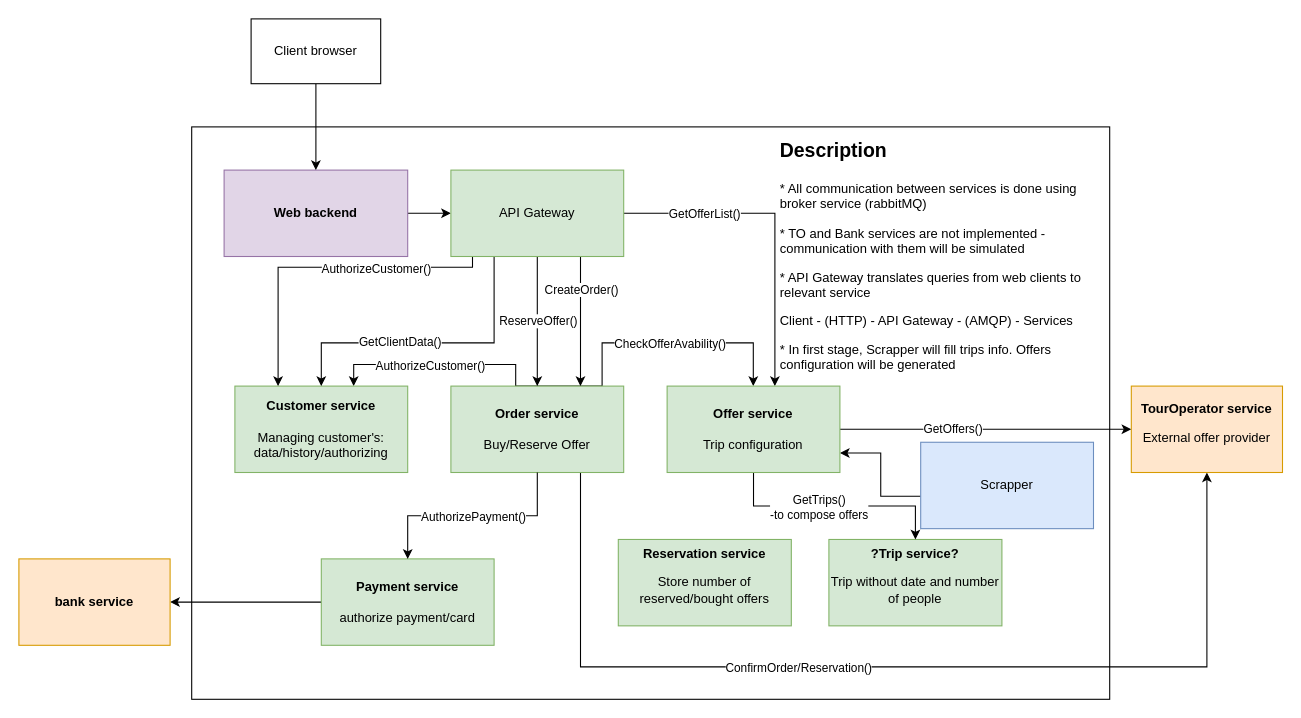
Before: page "Architecture-overview" (1 of 2) of hipotap.drawio in webclinic017/hipotap, a draw.io diagram. Source tidied: cells renumbered, new cells numbered last; positions are measured from the earlier drawing's top-left corner, leaving out a move shared by most shapes. Both pictures are drawn from the tidied source at 108%, with x=0, y=0 at pixel (18, 18).
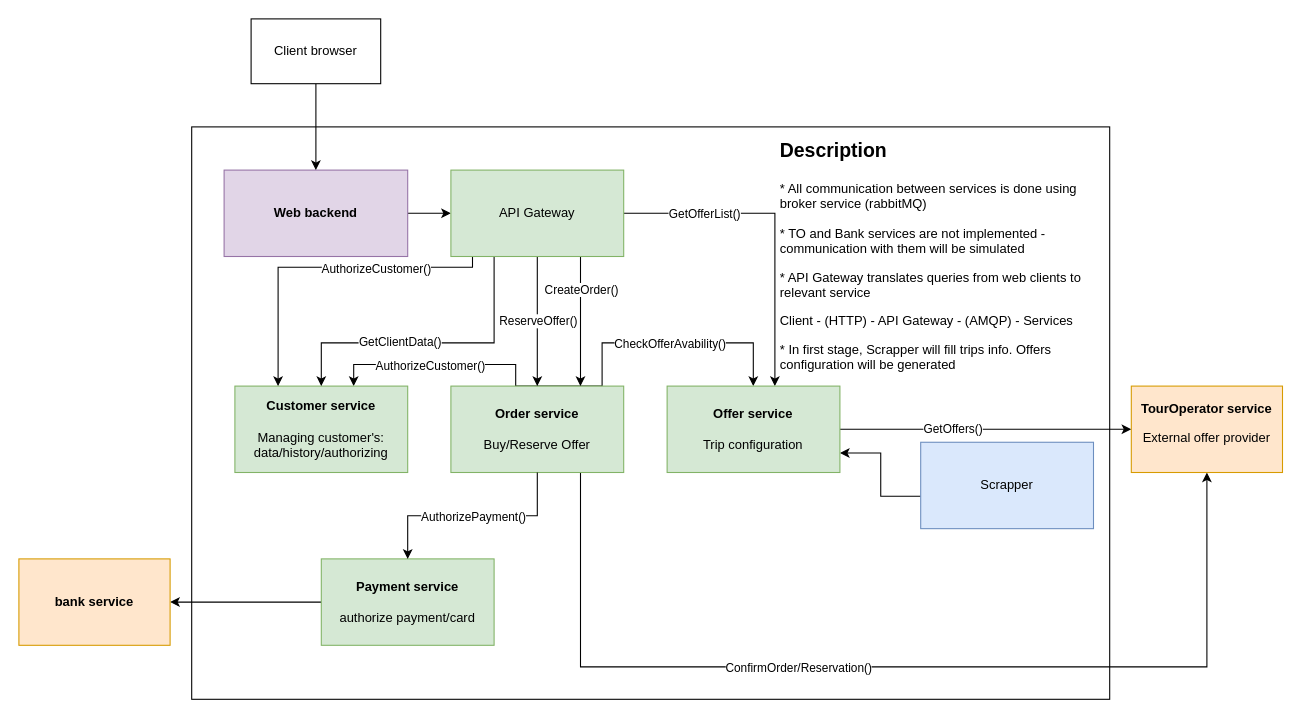
The same diagram, later.

Unchanged cells that the change refers to:
```xml
<mxCell id="39" value="&lt;b&gt;Offer service&lt;/b&gt;&lt;br&gt;&lt;br&gt;Trip configuration" style="rounded=0;whiteSpace=wrap;html=1;fillColor=#d5e8d4;strokeColor=#82b366;" parent="1" vertex="1">
  <mxGeometry x="600.2" y="340" width="160" height="80" as="geometry" />
</mxCell>
```

Change to the diagram source:
```diff
@@
-    <mxCell id="26" value="&lt;b&gt;?Trip service?&lt;/b&gt;&lt;br&gt;&lt;p&gt;Trip without date and number of people&lt;/p&gt;" style="rounded=0;whiteSpace=wrap;html=1;fillColor=#d5e8d4;strokeColor=#82b366;" parent="1" vertex="1">
-      <mxGeometry x="750" y="482" width="160.2" height="80" as="geometry" />
-    </mxCell>
@@
-    <mxCell id="37" style="edgeStyle=orthogonalEdgeStyle;rounded=0;jettySize=auto;html=1;" parent="1" edge="1" source="39" target="26">
-      <mxGeometry relative="1" as="geometry" />
-    </mxCell>
-    <mxCell id="38" value="GetTrips()&lt;br&gt;-to compose offers" style="edgeLabel;html=1;align=center;verticalAlign=middle;" parent="37" vertex="1">
-      <mxGeometry x="-0.26" y="-1" relative="1" as="geometry">
-        <mxPoint x="13" as="offset" />
-      </mxGeometry>
-    </mxCell>
@@
-    <mxCell id="41" value="&lt;b&gt;Reservation service&lt;/b&gt;&lt;br&gt;&lt;p&gt;Store number of reserved/bought offers&lt;/p&gt;" style="rounded=0;whiteSpace=wrap;html=1;fillColor=#d5e8d4;strokeColor=#82b366;" parent="1" vertex="1">
-      <mxGeometry x="555" y="482" width="160.2" height="80" as="geometry" />
-    </mxCell>
```
